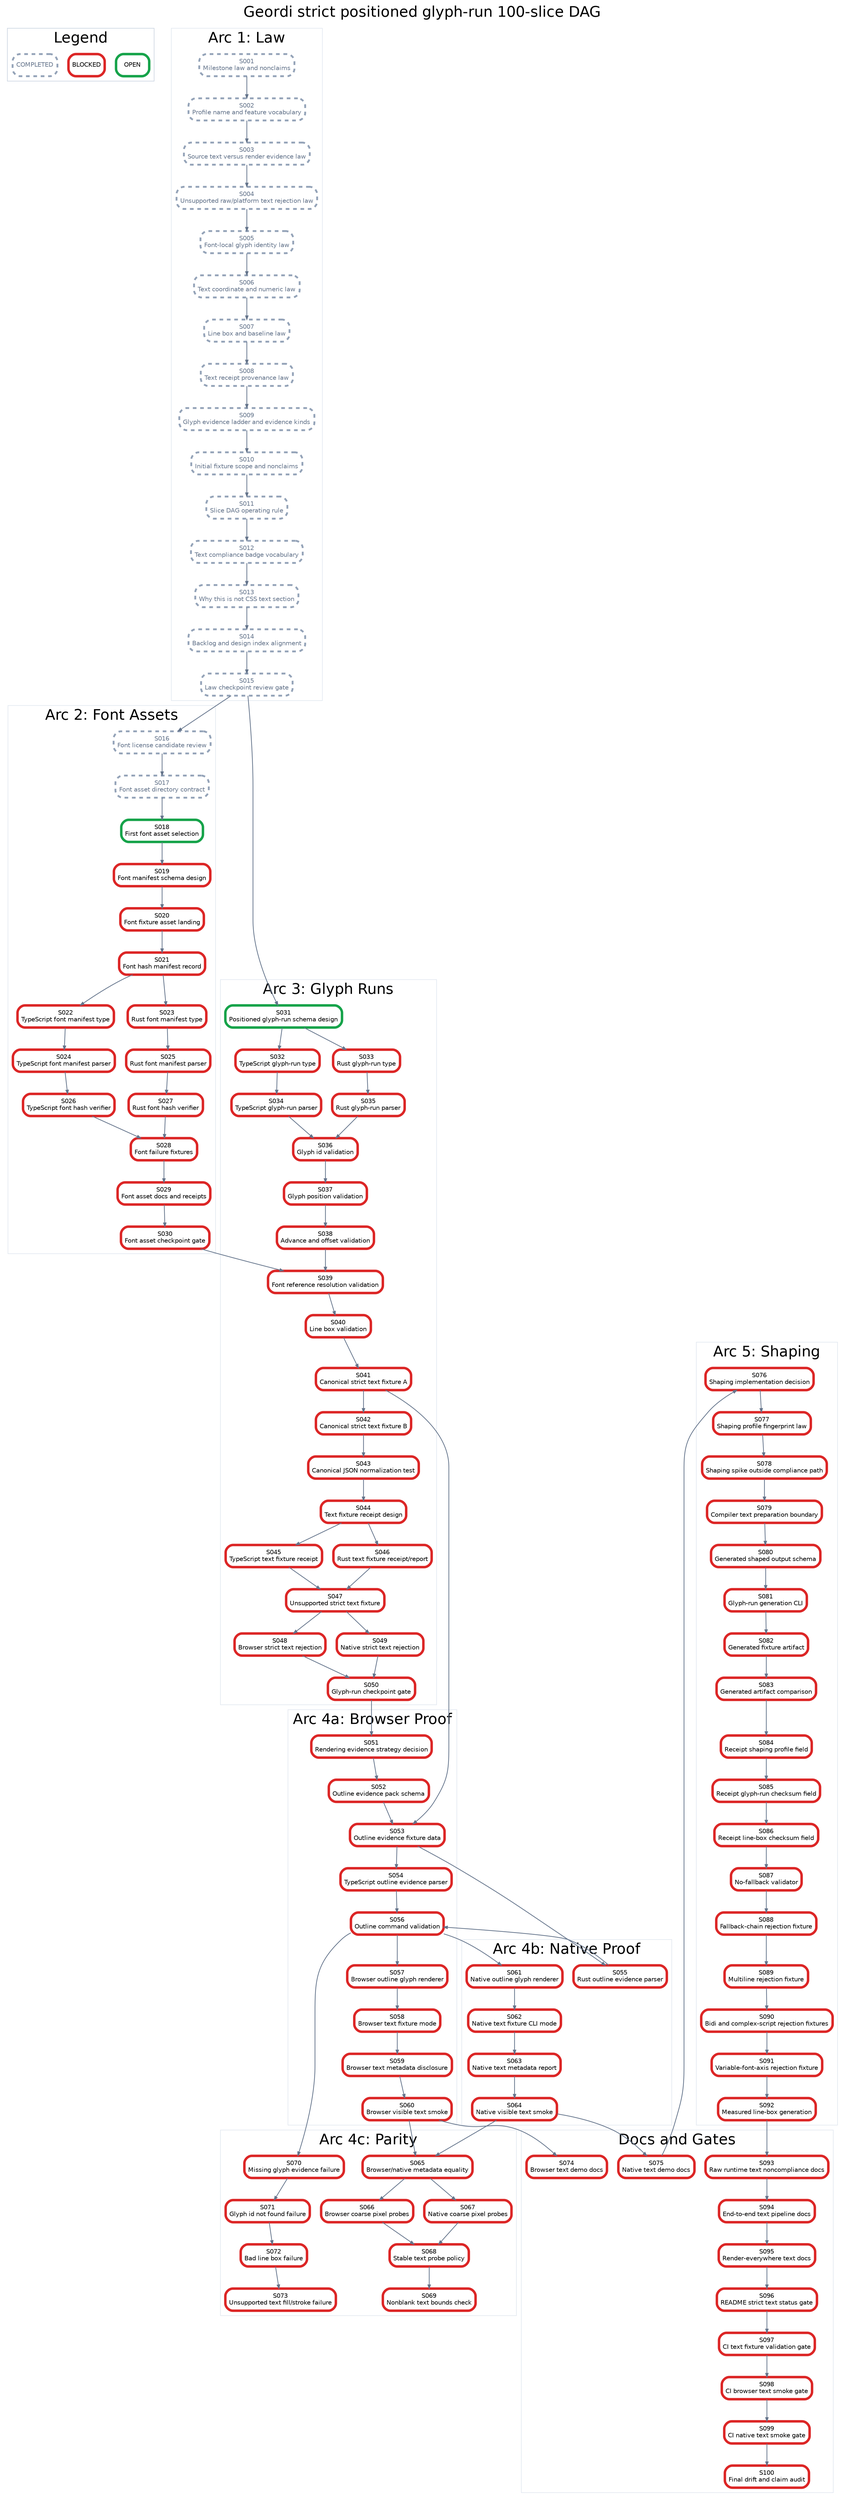
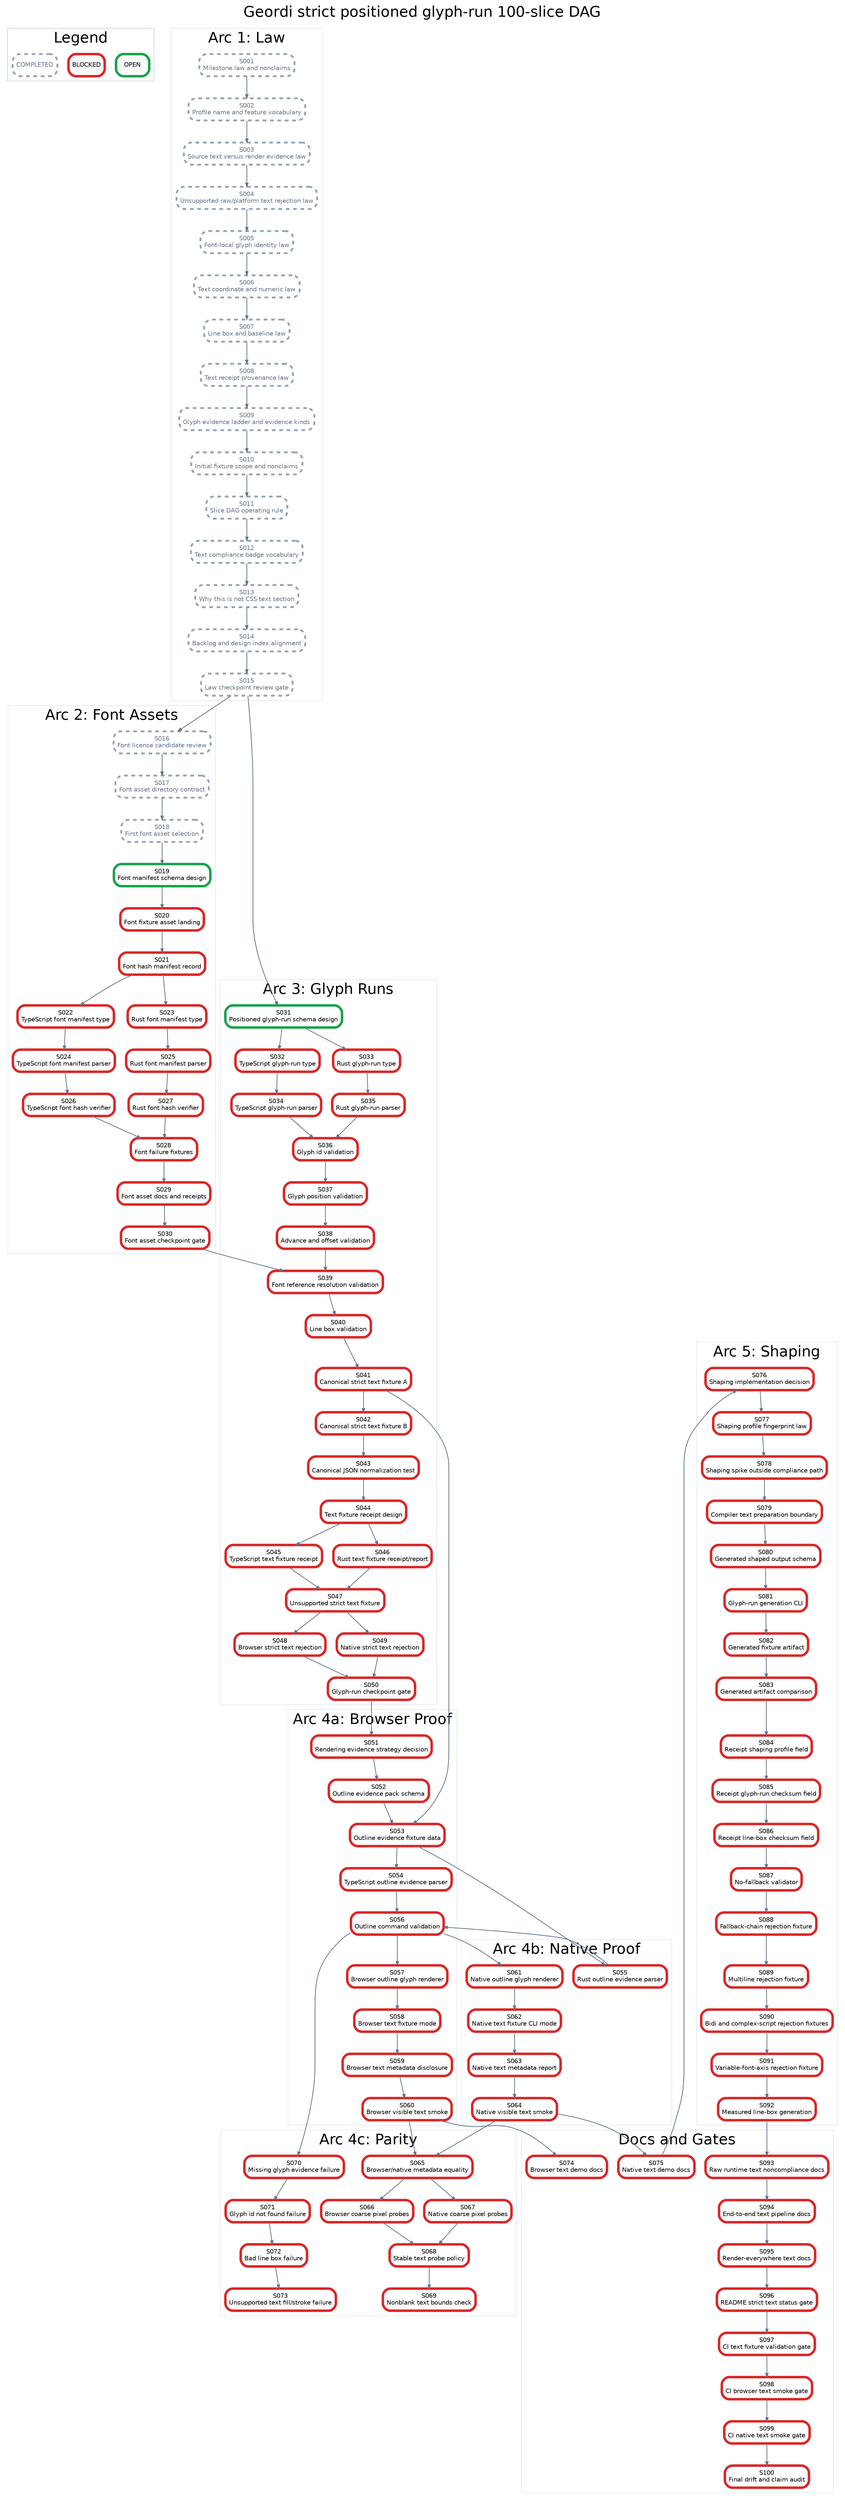
digraph StrictPositionedGlyphRunPlan {
  graph [rankdir=TB, bgcolor="white", fontname="Helvetica", label="Geordi strict positioned glyph-run 100-slice DAG", labelloc="t", fontsize=24];
  node [shape=box, style="rounded,filled", fillcolor="white", fontname="Helvetica", fontsize=10, margin="0.08,0.05"];
  edge [color="#64748b", arrowsize=0.6, penwidth=1.2];

  subgraph cluster_legend {
    label="Legend";
    color="#cbd5e1";
    legend_open [label="OPEN", color="#16a34a", penwidth=4];
    legend_blocked [label="BLOCKED", color="#dc2626", penwidth=4];
    legend_done [label="COMPLETED", color="#94a3b8", penwidth=3, style="rounded,filled,dashed", fontcolor="#64748b"];
  }

  subgraph cluster_law {
    label="Arc 1: Law";
    color="#e2e8f0";
    S001 [label="S001\nMilestone law and nonclaims", color="#94a3b8", penwidth=3, style="rounded,filled,dashed", fontcolor="#64748b"];
    S002 [label="S002\nProfile name and feature vocabulary", color="#94a3b8", penwidth=3, style="rounded,filled,dashed", fontcolor="#64748b"];
    S003 [label="S003\nSource text versus render evidence law", color="#94a3b8", penwidth=3, style="rounded,filled,dashed", fontcolor="#64748b"];
    S004 [label="S004\nUnsupported raw/platform text rejection law", color="#94a3b8", penwidth=3, style="rounded,filled,dashed", fontcolor="#64748b"];
    S005 [label="S005\nFont-local glyph identity law", color="#94a3b8", penwidth=3, style="rounded,filled,dashed", fontcolor="#64748b"];
    S006 [label="S006\nText coordinate and numeric law", color="#94a3b8", penwidth=3, style="rounded,filled,dashed", fontcolor="#64748b"];
    S007 [label="S007\nLine box and baseline law", color="#94a3b8", penwidth=3, style="rounded,filled,dashed", fontcolor="#64748b"];
    S008 [label="S008\nText receipt provenance law", color="#94a3b8", penwidth=3, style="rounded,filled,dashed", fontcolor="#64748b"];
    S009 [label="S009\nGlyph evidence ladder and evidence kinds", color="#94a3b8", penwidth=3, style="rounded,filled,dashed", fontcolor="#64748b"];
    S010 [label="S010\nInitial fixture scope and nonclaims", color="#94a3b8", penwidth=3, style="rounded,filled,dashed", fontcolor="#64748b"];
    S011 [label="S011\nSlice DAG operating rule", color="#94a3b8", penwidth=3, style="rounded,filled,dashed", fontcolor="#64748b"];
    S012 [label="S012\nText compliance badge vocabulary", color="#94a3b8", penwidth=3, style="rounded,filled,dashed", fontcolor="#64748b"];
    S013 [label="S013\nWhy this is not CSS text section", color="#94a3b8", penwidth=3, style="rounded,filled,dashed", fontcolor="#64748b"];
    S014 [label="S014\nBacklog and design index alignment", color="#94a3b8", penwidth=3, style="rounded,filled,dashed", fontcolor="#64748b"];
    S015 [label="S015\nLaw checkpoint review gate", color="#94a3b8", penwidth=3, style="rounded,filled,dashed", fontcolor="#64748b"];
  }

  subgraph cluster_assets {
    label="Arc 2: Font Assets";
    color="#e2e8f0";
    S016 [label="S016\nFont license candidate review", color="#94a3b8", penwidth=3, style="rounded,filled,dashed", fontcolor="#64748b"];
    S017 [label="S017\nFont asset directory contract", color="#94a3b8", penwidth=3, style="rounded,filled,dashed", fontcolor="#64748b"];
-     S018 [label="S018\nFirst font asset selection", color="#16a34a", penwidth=4];
-     S019 [label="S019\nFont manifest schema design", color="#dc2626", penwidth=4];
+     S018 [label="S018\nFirst font asset selection", color="#94a3b8", penwidth=3, style="rounded,filled,dashed", fontcolor="#64748b"];
+     S019 [label="S019\nFont manifest schema design", color="#16a34a", penwidth=4];
    S020 [label="S020\nFont fixture asset landing", color="#dc2626", penwidth=4];
    S021 [label="S021\nFont hash manifest record", color="#dc2626", penwidth=4];
    S022 [label="S022\nTypeScript font manifest type", color="#dc2626", penwidth=4];
    S023 [label="S023\nRust font manifest type", color="#dc2626", penwidth=4];
    S024 [label="S024\nTypeScript font manifest parser", color="#dc2626", penwidth=4];
    S025 [label="S025\nRust font manifest parser", color="#dc2626", penwidth=4];
    S026 [label="S026\nTypeScript font hash verifier", color="#dc2626", penwidth=4];
    S027 [label="S027\nRust font hash verifier", color="#dc2626", penwidth=4];
    S028 [label="S028\nFont failure fixtures", color="#dc2626", penwidth=4];
    S029 [label="S029\nFont asset docs and receipts", color="#dc2626", penwidth=4];
    S030 [label="S030\nFont asset checkpoint gate", color="#dc2626", penwidth=4];
  }

  subgraph cluster_glyph {
    label="Arc 3: Glyph Runs";
    color="#e2e8f0";
    S031 [label="S031\nPositioned glyph-run schema design", color="#16a34a", penwidth=4];
    S032 [label="S032\nTypeScript glyph-run type", color="#dc2626", penwidth=4];
    S033 [label="S033\nRust glyph-run type", color="#dc2626", penwidth=4];
    S034 [label="S034\nTypeScript glyph-run parser", color="#dc2626", penwidth=4];
    S035 [label="S035\nRust glyph-run parser", color="#dc2626", penwidth=4];
    S036 [label="S036\nGlyph id validation", color="#dc2626", penwidth=4];
    S037 [label="S037\nGlyph position validation", color="#dc2626", penwidth=4];
    S038 [label="S038\nAdvance and offset validation", color="#dc2626", penwidth=4];
    S039 [label="S039\nFont reference resolution validation", color="#dc2626", penwidth=4];
    S040 [label="S040\nLine box validation", color="#dc2626", penwidth=4];
    S041 [label="S041\nCanonical strict text fixture A", color="#dc2626", penwidth=4];
    S042 [label="S042\nCanonical strict text fixture B", color="#dc2626", penwidth=4];
    S043 [label="S043\nCanonical JSON normalization test", color="#dc2626", penwidth=4];
    S044 [label="S044\nText fixture receipt design", color="#dc2626", penwidth=4];
    S045 [label="S045\nTypeScript text fixture receipt", color="#dc2626", penwidth=4];
    S046 [label="S046\nRust text fixture receipt/report", color="#dc2626", penwidth=4];
    S047 [label="S047\nUnsupported strict text fixture", color="#dc2626", penwidth=4];
    S048 [label="S048\nBrowser strict text rejection", color="#dc2626", penwidth=4];
    S049 [label="S049\nNative strict text rejection", color="#dc2626", penwidth=4];
    S050 [label="S050\nGlyph-run checkpoint gate", color="#dc2626", penwidth=4];
  }

  subgraph cluster_browser {
    label="Arc 4a: Browser Proof";
    color="#e2e8f0";
    S051 [label="S051\nRendering evidence strategy decision", color="#dc2626", penwidth=4];
    S052 [label="S052\nOutline evidence pack schema", color="#dc2626", penwidth=4];
    S053 [label="S053\nOutline evidence fixture data", color="#dc2626", penwidth=4];
    S054 [label="S054\nTypeScript outline evidence parser", color="#dc2626", penwidth=4];
    S056 [label="S056\nOutline command validation", color="#dc2626", penwidth=4];
    S057 [label="S057\nBrowser outline glyph renderer", color="#dc2626", penwidth=4];
    S058 [label="S058\nBrowser text fixture mode", color="#dc2626", penwidth=4];
    S059 [label="S059\nBrowser text metadata disclosure", color="#dc2626", penwidth=4];
    S060 [label="S060\nBrowser visible text smoke", color="#dc2626", penwidth=4];
  }

  subgraph cluster_native {
    label="Arc 4b: Native Proof";
    color="#e2e8f0";
    S055 [label="S055\nRust outline evidence parser", color="#dc2626", penwidth=4];
    S061 [label="S061\nNative outline glyph renderer", color="#dc2626", penwidth=4];
    S062 [label="S062\nNative text fixture CLI mode", color="#dc2626", penwidth=4];
    S063 [label="S063\nNative text metadata report", color="#dc2626", penwidth=4];
    S064 [label="S064\nNative visible text smoke", color="#dc2626", penwidth=4];
  }

  subgraph cluster_parity {
    label="Arc 4c: Parity";
    color="#e2e8f0";
    S065 [label="S065\nBrowser/native metadata equality", color="#dc2626", penwidth=4];
    S066 [label="S066\nBrowser coarse pixel probes", color="#dc2626", penwidth=4];
    S067 [label="S067\nNative coarse pixel probes", color="#dc2626", penwidth=4];
    S068 [label="S068\nStable text probe policy", color="#dc2626", penwidth=4];
    S069 [label="S069\nNonblank text bounds check", color="#dc2626", penwidth=4];
    S070 [label="S070\nMissing glyph evidence failure", color="#dc2626", penwidth=4];
    S071 [label="S071\nGlyph id not found failure", color="#dc2626", penwidth=4];
    S072 [label="S072\nBad line box failure", color="#dc2626", penwidth=4];
    S073 [label="S073\nUnsupported text fill/stroke failure", color="#dc2626", penwidth=4];
  }

  subgraph cluster_shaping {
    label="Arc 5: Shaping";
    color="#e2e8f0";
    S076 [label="S076\nShaping implementation decision", color="#dc2626", penwidth=4];
    S077 [label="S077\nShaping profile fingerprint law", color="#dc2626", penwidth=4];
    S078 [label="S078\nShaping spike outside compliance path", color="#dc2626", penwidth=4];
    S079 [label="S079\nCompiler text preparation boundary", color="#dc2626", penwidth=4];
    S080 [label="S080\nGenerated shaped output schema", color="#dc2626", penwidth=4];
    S081 [label="S081\nGlyph-run generation CLI", color="#dc2626", penwidth=4];
    S082 [label="S082\nGenerated fixture artifact", color="#dc2626", penwidth=4];
    S083 [label="S083\nGenerated artifact comparison", color="#dc2626", penwidth=4];
    S084 [label="S084\nReceipt shaping profile field", color="#dc2626", penwidth=4];
    S085 [label="S085\nReceipt glyph-run checksum field", color="#dc2626", penwidth=4];
    S086 [label="S086\nReceipt line-box checksum field", color="#dc2626", penwidth=4];
    S087 [label="S087\nNo-fallback validator", color="#dc2626", penwidth=4];
    S088 [label="S088\nFallback-chain rejection fixture", color="#dc2626", penwidth=4];
    S089 [label="S089\nMultiline rejection fixture", color="#dc2626", penwidth=4];
    S090 [label="S090\nBidi and complex-script rejection fixtures", color="#dc2626", penwidth=4];
    S091 [label="S091\nVariable-font-axis rejection fixture", color="#dc2626", penwidth=4];
    S092 [label="S092\nMeasured line-box generation", color="#dc2626", penwidth=4];
  }

  subgraph cluster_docs {
    label="Docs and Gates";
    color="#e2e8f0";
    S074 [label="S074\nBrowser text demo docs", color="#dc2626", penwidth=4];
    S075 [label="S075\nNative text demo docs", color="#dc2626", penwidth=4];
    S093 [label="S093\nRaw runtime text noncompliance docs", color="#dc2626", penwidth=4];
    S094 [label="S094\nEnd-to-end text pipeline docs", color="#dc2626", penwidth=4];
    S095 [label="S095\nRender-everywhere text docs", color="#dc2626", penwidth=4];
    S096 [label="S096\nREADME strict text status gate", color="#dc2626", penwidth=4];
    S097 [label="S097\nCI text fixture validation gate", color="#dc2626", penwidth=4];
    S098 [label="S098\nCI browser text smoke gate", color="#dc2626", penwidth=4];
    S099 [label="S099\nCI native text smoke gate", color="#dc2626", penwidth=4];
    S100 [label="S100\nFinal drift and claim audit", color="#dc2626", penwidth=4];
  }

  S001 -> S002;
  S002 -> S003;
  S003 -> S004;
  S004 -> S005;
  S005 -> S006;
  S006 -> S007;
  S007 -> S008;
  S008 -> S009;
  S009 -> S010;
  S010 -> S011;
  S011 -> S012;
  S012 -> S013;
  S013 -> S014;
  S014 -> S015;
  S015 -> S016;
  S016 -> S017;
  S017 -> S018;
  S018 -> S019;
  S019 -> S020;
  S020 -> S021;
  S021 -> S022;
  S021 -> S023;
  S022 -> S024;
  S023 -> S025;
  S024 -> S026;
  S025 -> S027;
  S026 -> S028;
  S027 -> S028;
  S028 -> S029;
  S029 -> S030;
  S015 -> S031;
  S031 -> S032;
  S031 -> S033;
  S032 -> S034;
  S033 -> S035;
  S034 -> S036;
  S035 -> S036;
  S036 -> S037;
  S037 -> S038;
  S038 -> S039;
  S039 -> S040;
  S030 -> S039;
  S040 -> S041;
  S041 -> S042;
  S042 -> S043;
  S043 -> S044;
  S044 -> S045;
  S044 -> S046;
  S045 -> S047;
  S046 -> S047;
  S047 -> S048;
  S047 -> S049;
  S048 -> S050;
  S049 -> S050;
  S050 -> S051;
  S051 -> S052;
  S052 -> S053;
  S041 -> S053;
  S053 -> S054;
  S053 -> S055;
  S054 -> S056;
  S055 -> S056;
  S056 -> S057;
  S057 -> S058;
  S058 -> S059;
  S059 -> S060;
  S056 -> S061;
  S061 -> S062;
  S062 -> S063;
  S063 -> S064;
  S060 -> S065;
  S064 -> S065;
  S065 -> S066;
  S065 -> S067;
  S066 -> S068;
  S067 -> S068;
  S068 -> S069;
  S056 -> S070;
  S070 -> S071;
  S071 -> S072;
  S072 -> S073;
  S060 -> S074;
  S064 -> S075;
  S075 -> S076;
  S076 -> S077;
  S077 -> S078;
  S078 -> S079;
  S079 -> S080;
  S080 -> S081;
  S081 -> S082;
  S082 -> S083;
  S083 -> S084;
  S084 -> S085;
  S085 -> S086;
  S086 -> S087;
  S087 -> S088;
  S088 -> S089;
  S089 -> S090;
  S090 -> S091;
  S091 -> S092;
  S092 -> S093;
  S093 -> S094;
  S094 -> S095;
  S095 -> S096;
  S096 -> S097;
  S097 -> S098;
  S098 -> S099;
  S099 -> S100;
}
